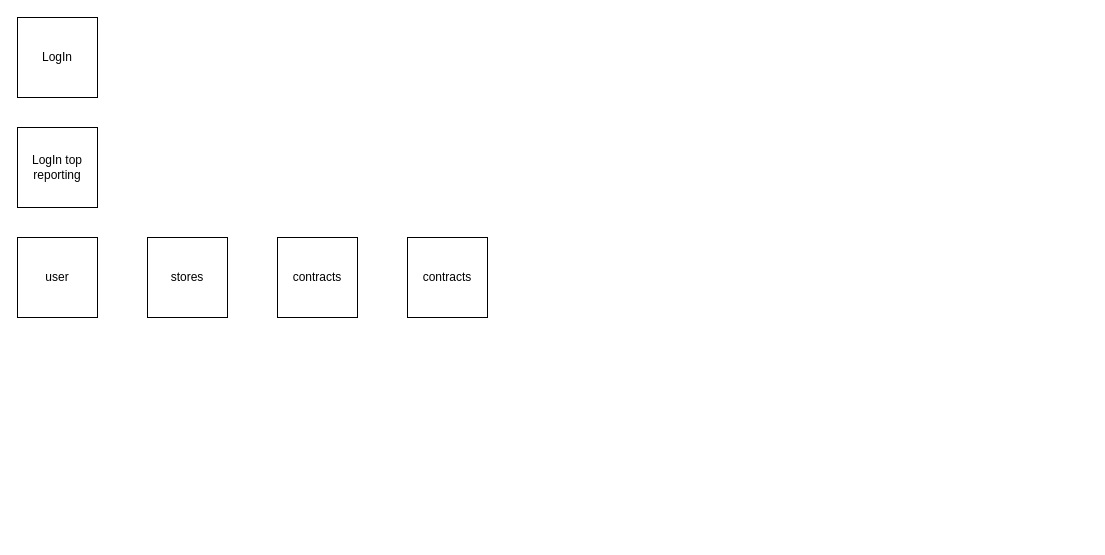
Above: pageTransition.drawio in ToshiyukiShindo/-Graduation-work (draw.io), before the change. Source tidied: cells renumbered, new cells numbered last; positions are measured from the earlier drawing's top-left corner, leaving out a move shared by most shapes. Both pictures are drawn from the tidied source at 100%, with x=0, y=0 at pixel (17, 17).
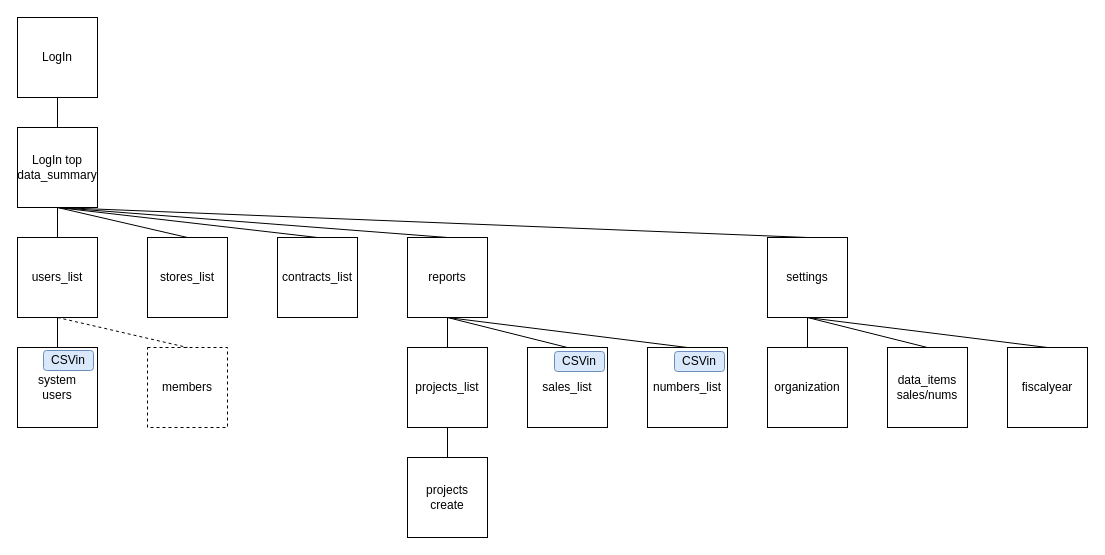
The same diagram, later.

Unchanged cells that the change refers to:
```xml
<mxCell id="2" value="LogIn" style="whiteSpace=wrap;html=1;" parent="1" vertex="1">
  <mxGeometry width="80" height="80" as="geometry" />
</mxCell>
```

The edit, as a diff of the source:
```diff
@@
-    <mxCell id="3" value="LogIn top&lt;br&gt;reporting" style="whiteSpace=wrap;html=1;" parent="1" vertex="1">
+    <mxCell id="3" value="LogIn top&lt;br&gt;data_summary" style="whiteSpace=wrap;html=1;" parent="1" vertex="1">
       <mxGeometry y="110" width="80" height="80" as="geometry" />
     </mxCell>
-    <mxCell id="4" value="user" style="whiteSpace=wrap;html=1;" parent="1" vertex="1">
+    <mxCell id="4" value="users_list" style="whiteSpace=wrap;html=1;" parent="1" vertex="1">
       <mxGeometry y="220" width="80" height="80" as="geometry" />
     </mxCell>
-    <mxCell id="5" value="stores" style="whiteSpace=wrap;html=1;" parent="1" vertex="1">
+    <mxCell id="5" value="stores_list" style="whiteSpace=wrap;html=1;" parent="1" vertex="1">
       <mxGeometry x="130" y="220" width="80" height="80" as="geometry" />
     </mxCell>
-    <mxCell id="6" value="contracts" style="whiteSpace=wrap;html=1;" parent="1" vertex="1">
+    <mxCell id="6" value="contracts_list" style="whiteSpace=wrap;html=1;" parent="1" vertex="1">
       <mxGeometry x="260" y="220" width="80" height="80" as="geometry" />
     </mxCell>
-    <mxCell id="7" value="contracts" style="whiteSpace=wrap;html=1;" parent="1" vertex="1">
+    <mxCell id="7" value="reports" style="whiteSpace=wrap;html=1;" parent="1" vertex="1">
       <mxGeometry x="390" y="220" width="80" height="80" as="geometry" />
     </mxCell>
+    <mxCell id="8" value="projects_list" style="whiteSpace=wrap;html=1;" parent="1" vertex="1">
+      <mxGeometry x="390" y="330" width="80" height="80" as="geometry" />
+    </mxCell>
+    <mxCell id="9" style="endArrow=none;html=1;rounded=0;entryX=0.5;entryY=1;entryDx=0;entryDy=0;" parent="1" edge="1" source="3" target="2">
+      <mxGeometry relative="1" as="geometry" />
+    </mxCell>
+    <mxCell id="10" style="endArrow=none;html=1;rounded=0;entryX=0.5;entryY=0;entryDx=0;entryDy=0;exitX=0.5;exitY=1;exitDx=0;exitDy=0;" parent="1" edge="1" source="3" target="4">
+      <mxGeometry relative="1" as="geometry" />
+    </mxCell>
+    <mxCell id="11" style="endArrow=none;html=1;rounded=0;exitX=0.5;exitY=1;exitDx=0;exitDy=0;entryX=0.5;entryY=0;entryDx=0;entryDy=0;" parent="1" edge="1" source="3" target="5">
+      <mxGeometry relative="1" as="geometry" />
+    </mxCell>
+    <mxCell id="12" style="endArrow=none;html=1;rounded=0;exitX=0.5;exitY=1;exitDx=0;exitDy=0;entryX=0.5;entryY=0;entryDx=0;entryDy=0;" parent="1" edge="1" source="3" target="6">
+      <mxGeometry relative="1" as="geometry" />
+    </mxCell>
+    <mxCell id="13" style="endArrow=none;html=1;rounded=0;exitX=0.5;exitY=1;exitDx=0;exitDy=0;entryX=0.5;entryY=0;entryDx=0;entryDy=0;" parent="1" edge="1" source="3" target="7">
+      <mxGeometry relative="1" as="geometry" />
+    </mxCell>
+    <mxCell id="14" value="sales_list" style="whiteSpace=wrap;html=1;" parent="1" vertex="1">
+      <mxGeometry x="510" y="330" width="80" height="80" as="geometry" />
+    </mxCell>
+    <mxCell id="15" value="numbers_list" style="whiteSpace=wrap;html=1;" parent="1" vertex="1">
+      <mxGeometry x="630" y="330" width="80" height="80" as="geometry" />
+    </mxCell>
+    <mxCell id="16" style="endArrow=none;html=1;rounded=0;exitX=0.5;exitY=1;exitDx=0;exitDy=0;entryX=0.5;entryY=0;entryDx=0;entryDy=0;" parent="1" edge="1" source="7" target="8">
+      <mxGeometry relative="1" as="geometry" />
+    </mxCell>
+    <mxCell id="17" style="endArrow=none;html=1;rounded=0;exitX=0.5;exitY=1;exitDx=0;exitDy=0;entryX=0.5;entryY=0;entryDx=0;entryDy=0;" parent="1" edge="1" source="7" target="14">
+      <mxGeometry relative="1" as="geometry" />
+    </mxCell>
+    <mxCell id="18" style="endArrow=none;html=1;rounded=0;entryX=0.5;entryY=0;entryDx=0;entryDy=0;" parent="1" edge="1" target="15">
+      <mxGeometry relative="1" as="geometry">
+        <mxPoint x="430" y="300" as="sourcePoint" />
+      </mxGeometry>
+    </mxCell>
+    <mxCell id="19" value="settings" style="whiteSpace=wrap;html=1;" parent="1" vertex="1">
+      <mxGeometry x="750" y="220" width="80" height="80" as="geometry" />
+    </mxCell>
+    <mxCell id="20" style="endArrow=none;html=1;rounded=0;exitX=0.5;exitY=1;exitDx=0;exitDy=0;entryX=0.5;entryY=0;entryDx=0;entryDy=0;" parent="1" edge="1" source="3" target="19">
+      <mxGeometry relative="1" as="geometry" />
+    </mxCell>
+    <mxCell id="21" value="members" style="whiteSpace=wrap;html=1;dashed=1;" parent="1" vertex="1">
+      <mxGeometry x="130" y="330" width="80" height="80" as="geometry" />
+    </mxCell>
+    <mxCell id="22" style="endArrow=none;html=1;rounded=0;entryX=0.5;entryY=0;entryDx=0;entryDy=0;exitX=0.5;exitY=1;exitDx=0;exitDy=0;dashed=1;" parent="1" edge="1" source="4" target="21">
+      <mxGeometry relative="1" as="geometry" />
+    </mxCell>
+    <mxCell id="23" value="system&lt;br&gt;users" style="whiteSpace=wrap;html=1;" parent="1" vertex="1">
+      <mxGeometry y="330" width="80" height="80" as="geometry" />
+    </mxCell>
+    <mxCell id="24" style="endArrow=none;html=1;rounded=0;entryX=0.5;entryY=0;entryDx=0;entryDy=0;exitX=0.5;exitY=1;exitDx=0;exitDy=0;" parent="1" edge="1" source="4" target="23">
+      <mxGeometry relative="1" as="geometry" />
+    </mxCell>
+    <mxCell id="25" value="organization" style="whiteSpace=wrap;html=1;" parent="1" vertex="1">
+      <mxGeometry x="750" y="330" width="80" height="80" as="geometry" />
+    </mxCell>
+    <mxCell id="26" value="data_items&lt;br&gt;sales/nums" style="whiteSpace=wrap;html=1;" parent="1" vertex="1">
+      <mxGeometry x="870" y="330" width="80" height="80" as="geometry" />
+    </mxCell>
+    <mxCell id="27" value="fiscalyear" style="whiteSpace=wrap;html=1;" parent="1" vertex="1">
+      <mxGeometry x="990" y="330" width="80" height="80" as="geometry" />
+    </mxCell>
+    <mxCell id="28" style="endArrow=none;html=1;rounded=0;exitX=0.5;exitY=1;exitDx=0;exitDy=0;entryX=0.5;entryY=0;entryDx=0;entryDy=0;" parent="1" edge="1" target="25">
+      <mxGeometry relative="1" as="geometry">
+        <mxPoint x="790" y="300" as="sourcePoint" />
+      </mxGeometry>
+    </mxCell>
+    <mxCell id="29" style="endArrow=none;html=1;rounded=0;exitX=0.5;exitY=1;exitDx=0;exitDy=0;entryX=0.5;entryY=0;entryDx=0;entryDy=0;" parent="1" edge="1" target="26">
+      <mxGeometry relative="1" as="geometry">
+        <mxPoint x="790" y="300" as="sourcePoint" />
+      </mxGeometry>
+    </mxCell>
+    <mxCell id="30" style="endArrow=none;html=1;rounded=0;entryX=0.5;entryY=0;entryDx=0;entryDy=0;" parent="1" edge="1" target="27">
+      <mxGeometry relative="1" as="geometry">
+        <mxPoint x="790" y="300" as="sourcePoint" />
+      </mxGeometry>
+    </mxCell>
+    <mxCell id="31" value="projects&lt;br&gt;create" style="whiteSpace=wrap;html=1;" parent="1" vertex="1">
+      <mxGeometry x="390" y="440" width="80" height="80" as="geometry" />
+    </mxCell>
+    <mxCell id="32" style="endArrow=none;html=1;rounded=0;exitX=0.5;exitY=1;exitDx=0;exitDy=0;entryX=0.5;entryY=0;entryDx=0;entryDy=0;" parent="1" edge="1" source="8" target="31">
+      <mxGeometry relative="1" as="geometry" />
+    </mxCell>
+    <mxCell id="33" value="CSVin" style="rounded=1;whiteSpace=wrap;html=1;fillColor=#dae8fc;strokeColor=#6c8ebf;" parent="1" vertex="1">
+      <mxGeometry x="26" y="333" width="50" height="20" as="geometry" />
+    </mxCell>
+    <mxCell id="34" value="CSVin" style="rounded=1;whiteSpace=wrap;html=1;fillColor=#dae8fc;strokeColor=#6c8ebf;" parent="1" vertex="1">
+      <mxGeometry x="537" y="334" width="50" height="20" as="geometry" />
+    </mxCell>
+    <mxCell id="35" value="CSVin" style="rounded=1;whiteSpace=wrap;html=1;fillColor=#dae8fc;strokeColor=#6c8ebf;" parent="1" vertex="1">
+      <mxGeometry x="657" y="334" width="50" height="20" as="geometry" />
+    </mxCell>
```
